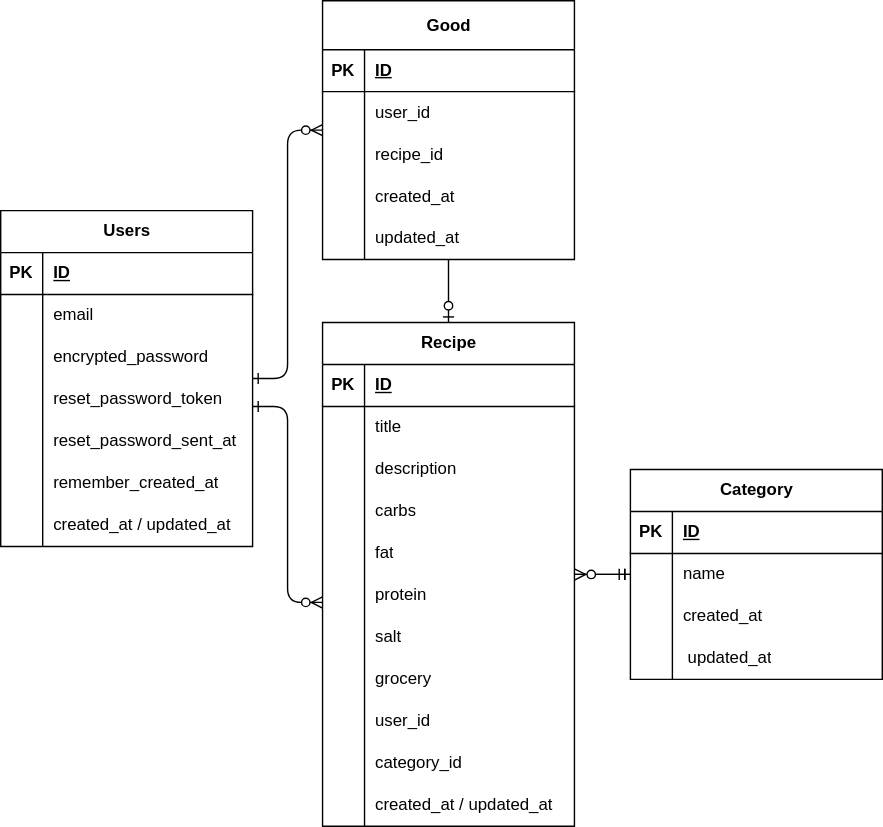
Before: recipe.svg, a diagram exported from draw.io (hatopopo5656/Nutritious-Recipe). Source tidied: cells renumbered, new cells last; positions are measured from the earlier drawing's top-left corner, leaving out a move shared by most shapes.
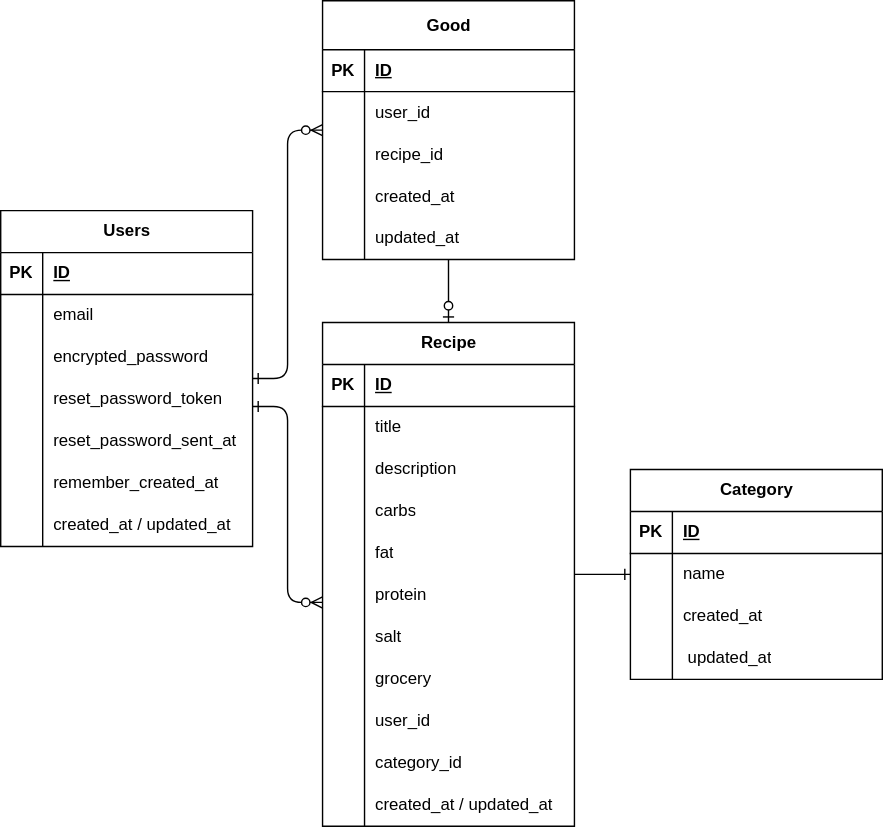
After the commit.

What changed in the source:
```diff
@@ -232,9 +232,6 @@
     <mxCell id="75" style="edgeStyle=elbowEdgeStyle;fontSize=12;html=1;endArrow=ERzeroToMany;endFill=1;startArrow=ERone;startFill=0;targetPerimeterSpacing=0;" parent="1" edge="1" source="2" target="58">
       <mxGeometry relative="1" as="geometry" />
     </mxCell>
-    <mxCell id="76" style="edgeStyle=entityRelationEdgeStyle;fontSize=12;html=1;endArrow=ERzeroToMany;startArrow=ERmandOne;" parent="1" edge="1" source="77" target="24">
-      <mxGeometry relative="1" as="geometry" />
-    </mxCell>
     <mxCell id="77" value="Category" style="shape=table;startSize=30;rowLines=0;fontStyle=1;align=center;html=1;" parent="1" vertex="1">
       <mxGeometry x="450" y="335" width="180" height="150" as="geometry" />
     </mxCell>
```
